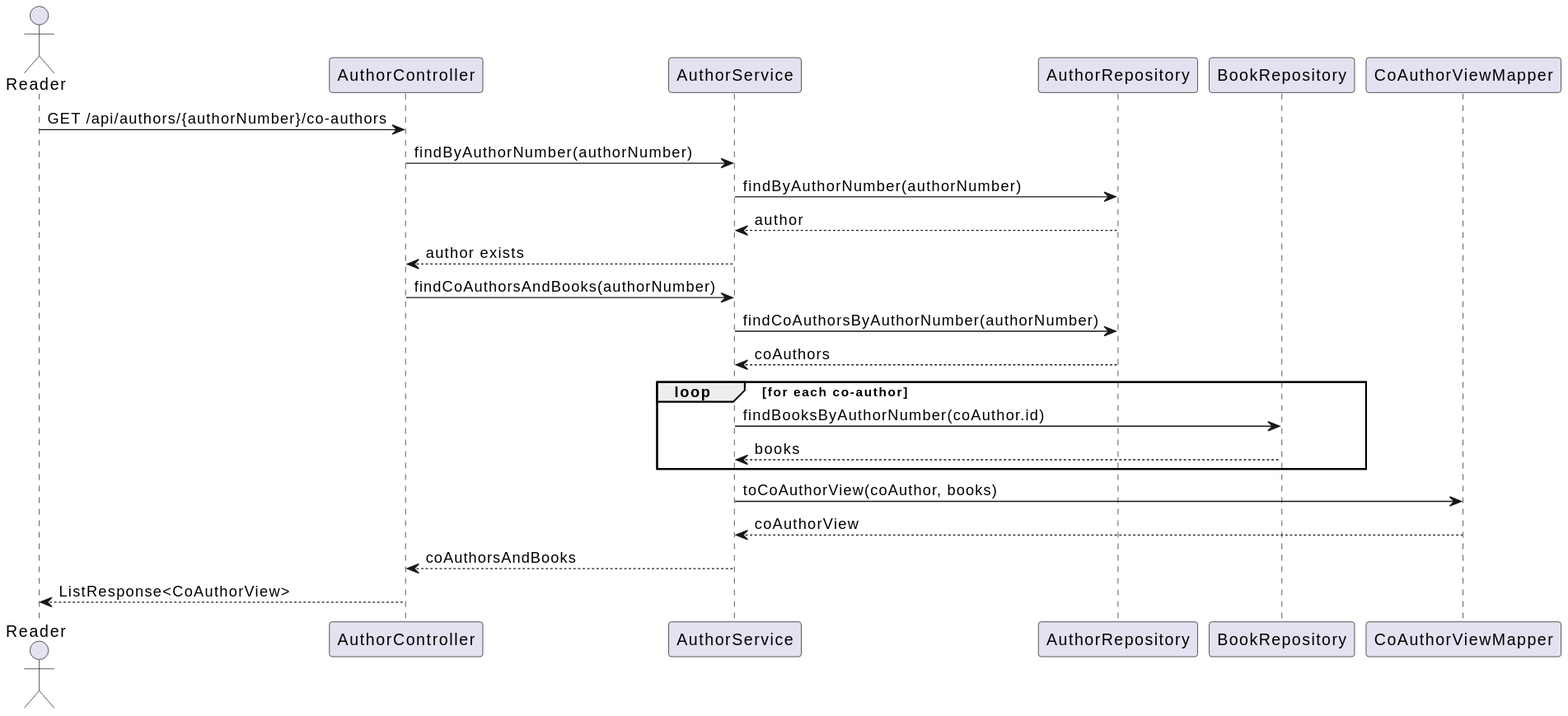
Above: Docs/Phase2/WP2B-Authors/Ph2-5-KnowCoAuthor/Ph2-4-KnowCoAuthors.svg in rutemf/1220944_1220772_G01 (PlantUML), before the change. The source it was exported from:
```plantuml
@startuml
actor Reader
participant "AuthorController" as AuthorController
participant "AuthorService" as AuthorService
participant "AuthorRepository" as AuthorRepository
participant "BookRepository" as BookRepository
participant "CoAuthorViewMapper" as CoAuthorViewMapper

Reader -> AuthorController: GET /api/authors/{authorNumber}/co-authors
AuthorController -> AuthorService: findByAuthorNumber(authorNumber)
AuthorService -> AuthorRepository: findByAuthorNumber(authorNumber)
AuthorRepository --> AuthorService: author
AuthorService --> AuthorController: author exists
AuthorController -> AuthorService: findCoAuthorsAndBooks(authorNumber)
AuthorService -> AuthorRepository: findCoAuthorsByAuthorNumber(authorNumber)
AuthorRepository --> AuthorService: coAuthors
loop for each co-author
    AuthorService -> BookRepository: findBooksByAuthorNumber(coAuthor.id)
    BookRepository --> AuthorService: books
end loop
AuthorService -> CoAuthorViewMapper: toCoAuthorView(coAuthor, books)
CoAuthorViewMapper --> AuthorService: coAuthorView
AuthorService --> AuthorController: coAuthorsAndBooks
AuthorController --> Reader: ListResponse<CoAuthorView>
@enduml
```
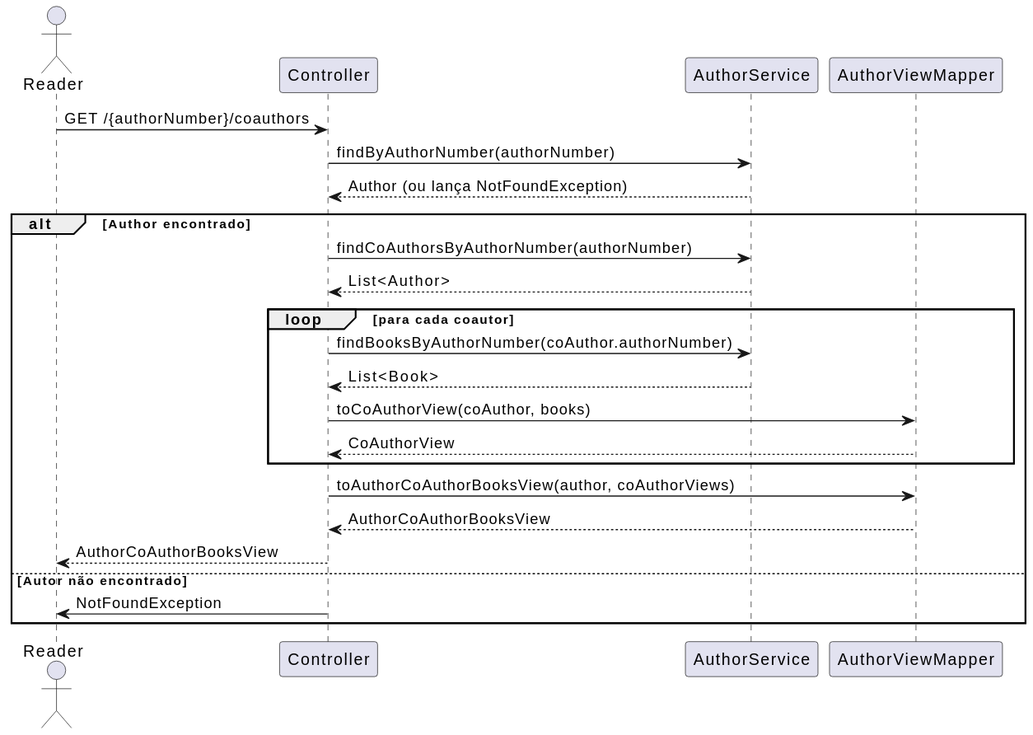
The same file after the commit.

Change to the diagram source:
```diff
@@ -1,25 +1,28 @@
 @startuml
 actor Reader
-participant "AuthorController" as AuthorController
+participant "Controller" as Controller
 participant "AuthorService" as AuthorService
-participant "AuthorRepository" as AuthorRepository
-participant "BookRepository" as BookRepository
-participant "CoAuthorViewMapper" as CoAuthorViewMapper
+participant "AuthorViewMapper" as AuthorViewMapper
 
-Reader -> AuthorController: GET /api/authors/{authorNumber}/co-authors
-AuthorController -> AuthorService: findByAuthorNumber(authorNumber)
-AuthorService -> AuthorRepository: findByAuthorNumber(authorNumber)
-AuthorRepository --> AuthorService: author
-AuthorService --> AuthorController: author exists
-AuthorController -> AuthorService: findCoAuthorsAndBooks(authorNumber)
-AuthorService -> AuthorRepository: findCoAuthorsByAuthorNumber(authorNumber)
-AuthorRepository --> AuthorService: coAuthors
-loop for each co-author
-    AuthorService -> BookRepository: findBooksByAuthorNumber(coAuthor.id)
-    BookRepository --> AuthorService: books
-end loop
-AuthorService -> CoAuthorViewMapper: toCoAuthorView(coAuthor, books)
-CoAuthorViewMapper --> AuthorService: coAuthorView
-AuthorService --> AuthorController: coAuthorsAndBooks
-AuthorController --> Reader: ListResponse<CoAuthorView>
+Reader -> Controller: GET /{authorNumber}/coauthors
+Controller -> AuthorService: findByAuthorNumber(authorNumber)
+AuthorService --> Controller: Author (ou lança NotFoundException)
+
+alt Author encontrado
+    Controller -> AuthorService: findCoAuthorsByAuthorNumber(authorNumber)
+    AuthorService --> Controller: List<Author>
+
+    loop para cada coautor
+        Controller -> AuthorService: findBooksByAuthorNumber(coAuthor.authorNumber)
+        AuthorService --> Controller: List<Book>
+        Controller -> AuthorViewMapper: toCoAuthorView(coAuthor, books)
+        AuthorViewMapper --> Controller: CoAuthorView
+    end loop
+
+    Controller -> AuthorViewMapper: toAuthorCoAuthorBooksView(author, coAuthorViews)
+    AuthorViewMapper --> Controller: AuthorCoAuthorBooksView
+    Controller --> Reader: AuthorCoAuthorBooksView
+else Autor não encontrado
+    Controller -> Reader: NotFoundException
+end
 @enduml
```
